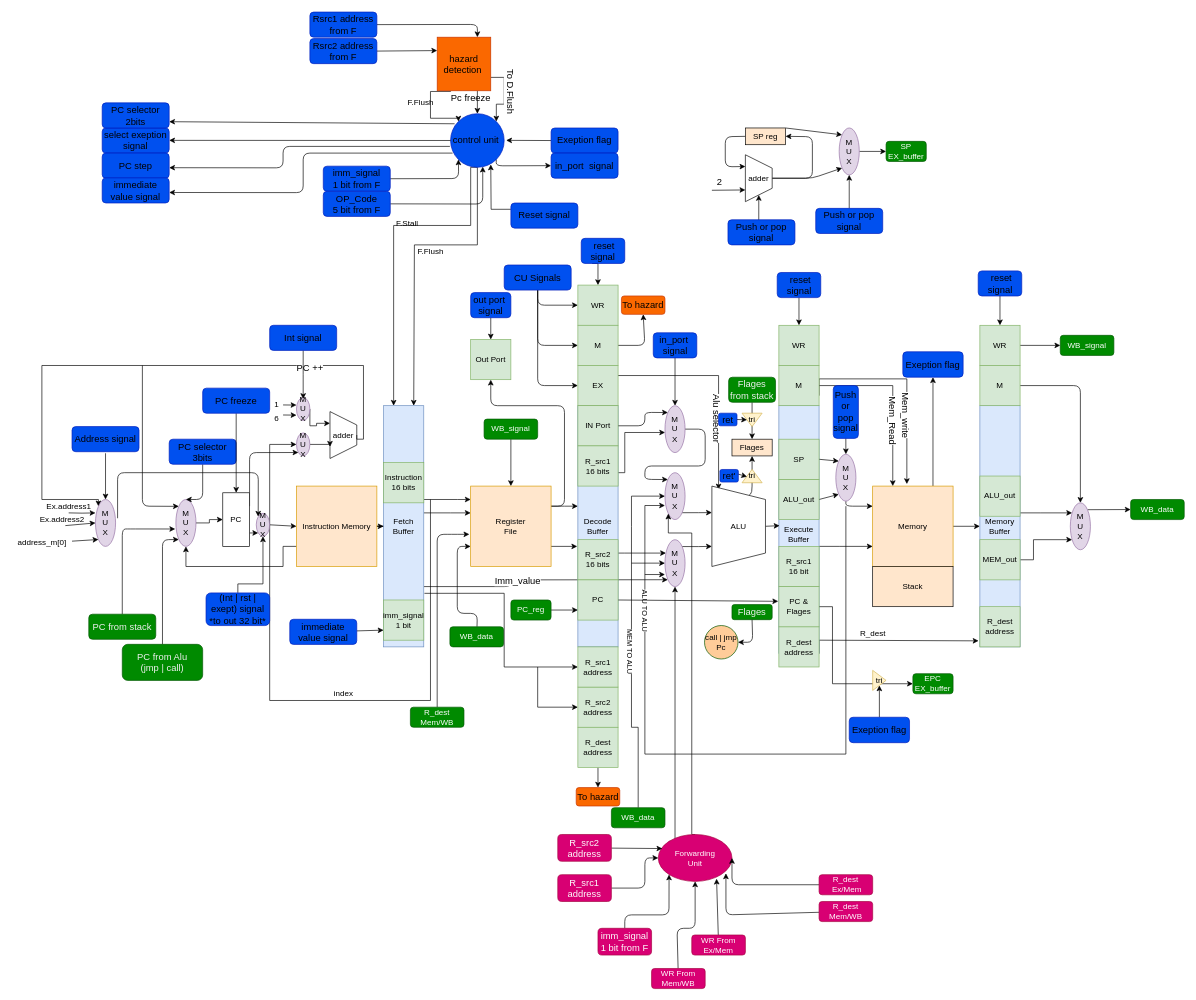
This is labeled_Schema.drawio from menna15/RISCPiP, a draw.io file, before an edit. Source tidied: cells renumbered, new cells numbered last; positions are measured from the earlier drawing's top-left corner, leaving out a move shared by most shapes. Both pictures are drawn from the tidied source at 67%, with x=0, y=0 at pixel (11, 11).
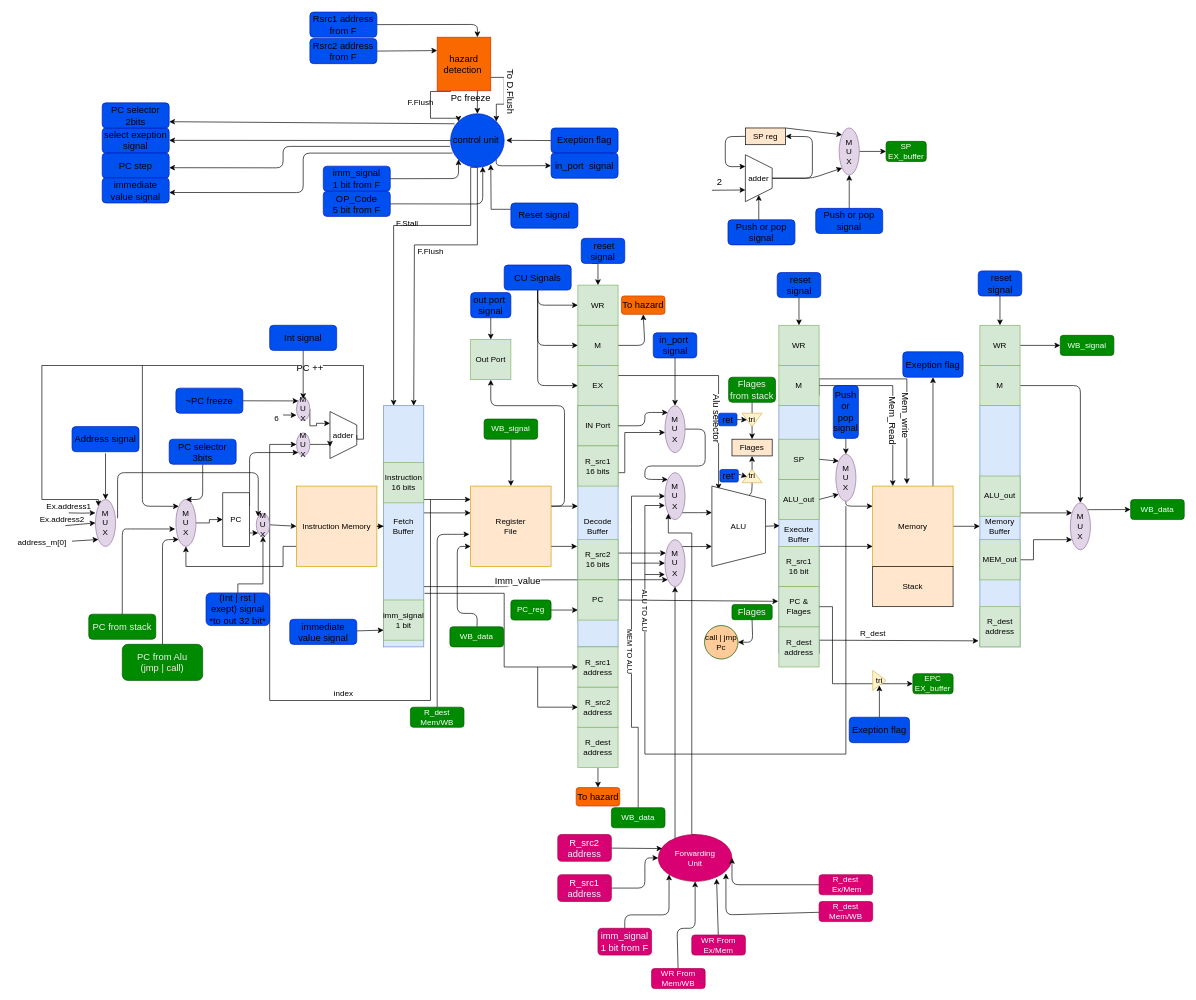
The same diagram, later.

Unchanged cells that the change refers to:
```xml
<mxCell id="7" value="PC" style="rounded=0;whiteSpace=wrap;html=1;direction=south;" parent="1" vertex="1">
  <mxGeometry x="315" y="718" width="40" height="80" as="geometry" />
</mxCell>
<mxCell id="214" value="&lt;div&gt;&lt;font color=&quot;#000000&quot;&gt;M&lt;/font&gt;&lt;/div&gt;&lt;div&gt;&lt;font color=&quot;#000000&quot;&gt;U&lt;/font&gt;&lt;/div&gt;&lt;div&gt;&lt;font color=&quot;#000000&quot;&gt;X&lt;/font&gt;&lt;/div&gt;" style="ellipse;whiteSpace=wrap;html=1;fillColor=#e1d5e7;strokeColor=#9673a6;" parent="1" vertex="1">
  <mxGeometry x="425" y="575.8" width="20" height="34.4" as="geometry" />
</mxCell>
```

Diff of the diagram source:
```diff
@@
-    <mxCell id="145" style="edgeStyle=none;html=1;entryX=0;entryY=0.5;entryDx=0;entryDy=0;exitX=0.5;exitY=1;exitDx=0;exitDy=0;" parent="1" edge="1" source="146" target="7">
-      <mxGeometry relative="1" as="geometry" />
-    </mxCell>
+    <mxCell id="248" style="edgeStyle=none;html=1;entryX=0;entryY=0;entryDx=0;entryDy=0;" parent="1" edge="1" source="146" target="214">
+      <mxGeometry relative="1" as="geometry" />
+    </mxCell>
-    <mxCell id="146" value="&lt;span style=&quot;font-size: 14px&quot;&gt;&lt;font color=&quot;#000000&quot;&gt;PC freeze&lt;/font&gt;&lt;/span&gt;" style="rounded=1;whiteSpace=wrap;html=1;fillColor=#0050ef;strokeColor=#001DBC;fontColor=#ffffff;" parent="1" vertex="1">
-      <mxGeometry x="285" y="561.8" width="100" height="37.5" as="geometry" />
+    <mxCell id="146" value="&lt;span style=&quot;font-size: 14px&quot;&gt;&lt;font color=&quot;#000000&quot;&gt;~PC freeze&lt;/font&gt;&lt;/span&gt;" style="rounded=1;whiteSpace=wrap;html=1;fillColor=#0050ef;strokeColor=#001DBC;fontColor=#ffffff;" parent="1" vertex="1">
+      <mxGeometry x="245" y="561.8" width="100" height="37.5" as="geometry" />
     </mxCell>
@@
-    <mxCell id="215" value="1&lt;br&gt;" style="text;html=1;align=center;verticalAlign=middle;fillColor=none;strokeColor=none;rounded=0;" parent="1" vertex="1">
-      <mxGeometry x="385" y="576.8" width="20" height="20" as="geometry" />
-    </mxCell>
-    <mxCell id="216" style="endArrow=classic;html=1;rounded=0;" parent="1" edge="1">
-      <mxGeometry relative="1" as="geometry">
-        <mxPoint x="405" y="586.9" as="sourcePoint" />
-        <mxPoint x="425" y="587.1" as="targetPoint" />
-      </mxGeometry>
-    </mxCell>
```
